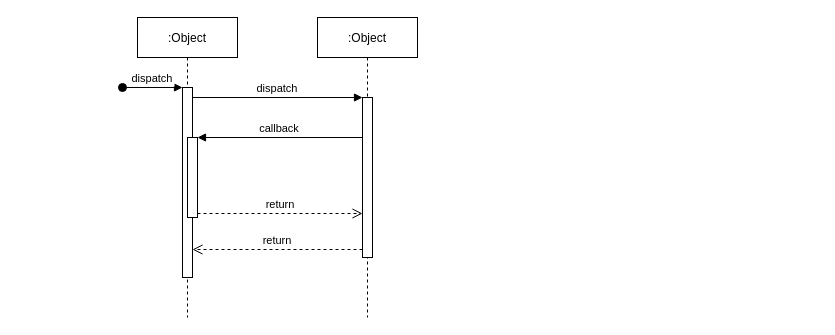
Earlier version of the draw.io diagram waglpz/Untitled Diagram.drawio (olekhy/diag.io). Source tidied: cells renumbered, new cells numbered last; positions are measured from the earlier drawing's top-left corner, leaving out a move shared by most shapes. Both pictures are drawn from the tidied source at 100%, with x=0, y=0 at pixel (122, 17).
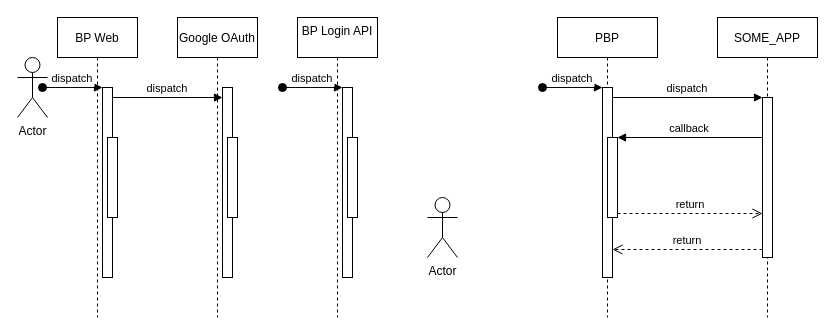
Above is the later version.

Change to the diagram source:
```diff
@@
-    <mxCell id="2" value=":Object" style="shape=umlLifeline;perimeter=lifelinePerimeter;rounded=0;shadow=0;strokeWidth=1;" parent="1" vertex="1">
-      <mxGeometry x="15" width="100" height="300" as="geometry" />
+    <mxCell id="2" value="PBP" style="shape=umlLifeline;perimeter=lifelinePerimeter;rounded=0;shadow=0;strokeWidth=1;" parent="1" vertex="1">
+      <mxGeometry x="435" width="100" height="300" as="geometry" />
     </mxCell>
@@
-    <mxCell id="6" value=":Object" style="shape=umlLifeline;perimeter=lifelinePerimeter;rounded=0;shadow=0;strokeWidth=1;" parent="1" vertex="1">
-      <mxGeometry x="195" width="100" height="300" as="geometry" />
+    <mxCell id="6" value="SOME_APP" style="shape=umlLifeline;perimeter=lifelinePerimeter;rounded=0;shadow=0;strokeWidth=1;" parent="1" vertex="1">
+      <mxGeometry x="595" width="100" height="300" as="geometry" />
     </mxCell>
@@
+    <mxCell id="12" value="BP Login API&#10;" style="shape=umlLifeline;perimeter=lifelinePerimeter;rounded=0;shadow=0;strokeWidth=1;" parent="1" vertex="1">
+      <mxGeometry x="175" width="80" height="300" as="geometry" />
+    </mxCell>
+    <mxCell id="13" style="points=[];perimeter=orthogonalPerimeter;rounded=0;shadow=0;strokeWidth=1;" parent="12" vertex="1">
+      <mxGeometry x="45" y="70" width="10" height="190" as="geometry" />
+    </mxCell>
+    <mxCell id="14" value="dispatch" style="verticalAlign=bottom;startArrow=oval;endArrow=block;startSize=8;shadow=0;strokeWidth=1;" parent="12" edge="1" target="13">
+      <mxGeometry relative="1" as="geometry">
+        <mxPoint x="-15" y="70" as="sourcePoint" />
+      </mxGeometry>
+    </mxCell>
+    <mxCell id="15" style="perimeter=orthogonalPerimeter;rounded=0;shadow=0;strokeWidth=1;" parent="12" vertex="1">
+      <mxGeometry x="50" y="120" width="10" height="80" as="geometry" />
+    </mxCell>
+    <mxCell id="16" value="BP Web" style="shape=umlLifeline;perimeter=lifelinePerimeter;rounded=0;shadow=0;strokeWidth=1;" parent="1" vertex="1">
+      <mxGeometry x="-65" width="80" height="300" as="geometry" />
+    </mxCell>
+    <mxCell id="17" style="points=[];perimeter=orthogonalPerimeter;rounded=0;shadow=0;strokeWidth=1;" parent="16" vertex="1">
+      <mxGeometry x="45" y="70" width="10" height="190" as="geometry" />
+    </mxCell>
+    <mxCell id="18" value="dispatch" style="verticalAlign=bottom;startArrow=oval;endArrow=block;startSize=8;shadow=0;strokeWidth=1;" parent="16" edge="1" target="17">
+      <mxGeometry relative="1" as="geometry">
+        <mxPoint x="-15" y="70" as="sourcePoint" />
+      </mxGeometry>
+    </mxCell>
+    <mxCell id="19" style="perimeter=orthogonalPerimeter;rounded=0;shadow=0;strokeWidth=1;" parent="16" vertex="1">
+      <mxGeometry x="50" y="120" width="10" height="80" as="geometry" />
+    </mxCell>
+    <mxCell id="20" value="Google OAuth" style="shape=umlLifeline;perimeter=lifelinePerimeter;rounded=0;shadow=0;strokeWidth=1;" parent="1" vertex="1">
+      <mxGeometry x="55" width="80" height="300" as="geometry" />
+    </mxCell>
+    <mxCell id="21" style="perimeter=orthogonalPerimeter;rounded=0;shadow=0;strokeWidth=1;" parent="20" vertex="1">
+      <mxGeometry x="45" y="70" width="10" height="190" as="geometry" />
+    </mxCell>
+    <mxCell id="22" style="perimeter=orthogonalPerimeter;rounded=0;shadow=0;strokeWidth=1;" parent="20" vertex="1">
+      <mxGeometry x="50" y="120" width="10" height="80" as="geometry" />
+    </mxCell>
+    <mxCell id="23" value="dispatch" style="verticalAlign=bottom;endArrow=block;shadow=0;strokeWidth=1;" parent="20" edge="1">
+      <mxGeometry relative="1" as="geometry">
+        <mxPoint x="-65" y="80" as="sourcePoint" />
+        <mxPoint x="45" y="80" as="targetPoint" />
+      </mxGeometry>
+    </mxCell>
+    <mxCell id="24" value="Actor" style="shape=umlActor;verticalLabelPosition=bottom;verticalAlign=top;html=1;" parent="1" vertex="1">
+      <mxGeometry x="305" y="180" width="30" height="60" as="geometry" />
+    </mxCell>
+    <mxCell id="25" value="Actor" style="shape=umlActor;verticalLabelPosition=bottom;verticalAlign=top;html=1;" parent="1" vertex="1">
+      <mxGeometry x="-105" y="40" width="30" height="60" as="geometry" />
+    </mxCell>
```
